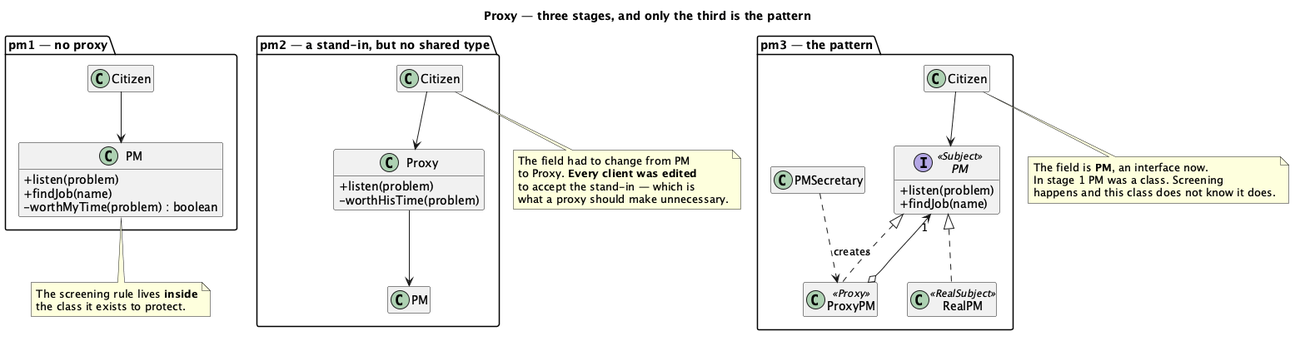
Earlier version of the PlantUML export src/main/java/dev/kaldiroglu/dp/structural/proxy/pm/uml/Proxy - Prime Minister - Class Diagram.png (kaldiroglu/DesignPatternsWithJava). Its diagram source:
```plantuml
@startuml "Proxy - Prime Minister - Class Diagram"
skinparam classAttributeIconSize 0
hide empty members
title Proxy — three stages, and only the third is the pattern


package "pm1 — no proxy" {
  class PM1 as "PM" {
    + listen(problem)
    + findJob(name)
    - worthMyTime(problem) : boolean
  }
  class Citizen1 as "Citizen"
  Citizen1 --> PM1
}

package "pm2 — a stand-in, but no shared type" {
  class PM2 as "PM"
  class Proxy2 as "Proxy" {
    + listen(problem)
    - worthHisTime(problem)
  }
  class Citizen2 as "Citizen"
  Citizen2 --> Proxy2
  Proxy2 --> PM2
}

package "pm3 — the pattern" {
  interface PM3 as "PM" <<Subject>> {
    + listen(problem)
    + findJob(name)
  }
  class RealPM <<RealSubject>>
  class ProxyPM <<Proxy>>
  class PMSecretary
  class Citizen3 as "Citizen"

  PM3 <|.. RealPM
  PM3 <|.. ProxyPM
  ProxyPM o--> "1" PM3
  PMSecretary ..> ProxyPM : creates
  Citizen3 --> PM3
}

note bottom of PM1
  The screening rule lives <b>inside</b>
  the class it exists to protect.
end note

note bottom of Citizen2
  The field had to change from PM
  to Proxy. <b>Every client was edited</b>
  to accept the stand-in — which is
  what a proxy should make unnecessary.
end note

note bottom of Citizen3
  The field is <b>PM</b>, an interface now.
  In stage 1 PM was a class. Screening
  happens and this class does not know it does.
end note

@enduml
```
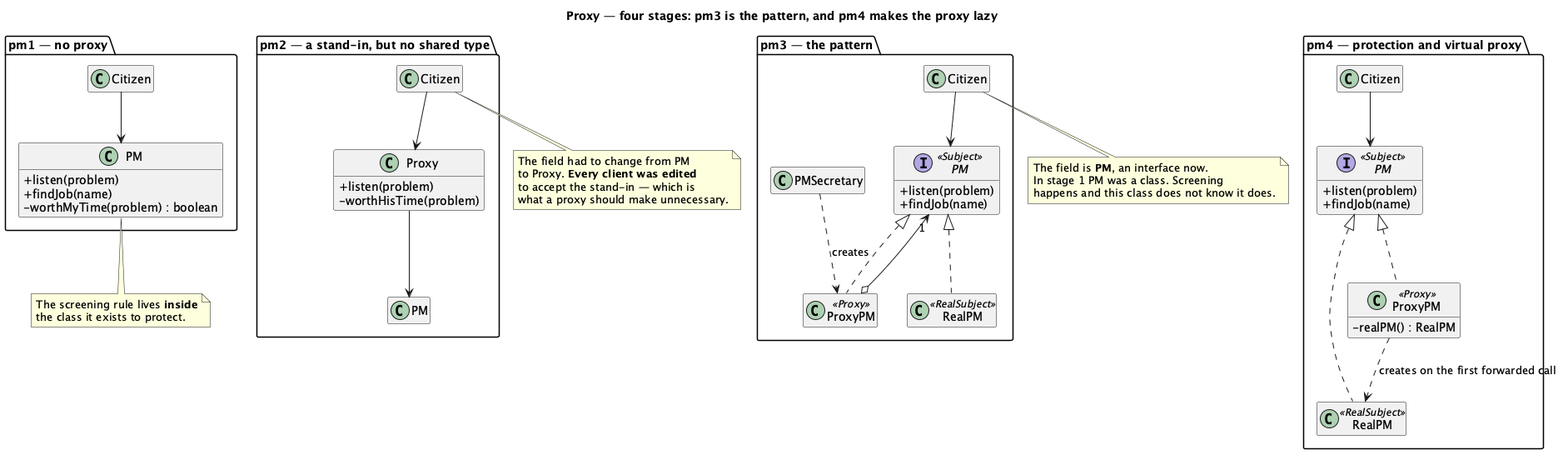
Above is the later version.

Commit message:
Proxy pm4: ProxyPM creates a package-private RealPM on the first forwarded call; Citizen takes a PM

What changed in the source:
```diff
@@ -1,7 +1,7 @@
 @startuml "Proxy - Prime Minister - Class Diagram"
 skinparam classAttributeIconSize 0
 hide empty members
-title Proxy — three stages, and only the third is the pattern
+title Proxy — four stages: pm3 is the pattern, and pm4 makes the proxy lazy
 
 
 package "pm1 — no proxy" {
@@ -60,4 +60,21 @@
   happens and this class does not know it does.
 end note
 
+package "pm4 — protection and virtual proxy" {
+  interface PM4 as "PM" <<Subject>> {
+    + listen(problem)
+    + findJob(name)
+  }
+  class RealPM4 as "RealPM" <<RealSubject>>
+  class ProxyPM4 as "ProxyPM" <<Proxy>> {
+    - realPM() : RealPM
+  }
+  class Citizen4 as "Citizen"
+
+  PM4 <|.. RealPM4
+  PM4 <|.. ProxyPM4
+  ProxyPM4 ..> RealPM4 : creates on the first forwarded call
+  Citizen4 --> PM4
+}
+
 @enduml
```
